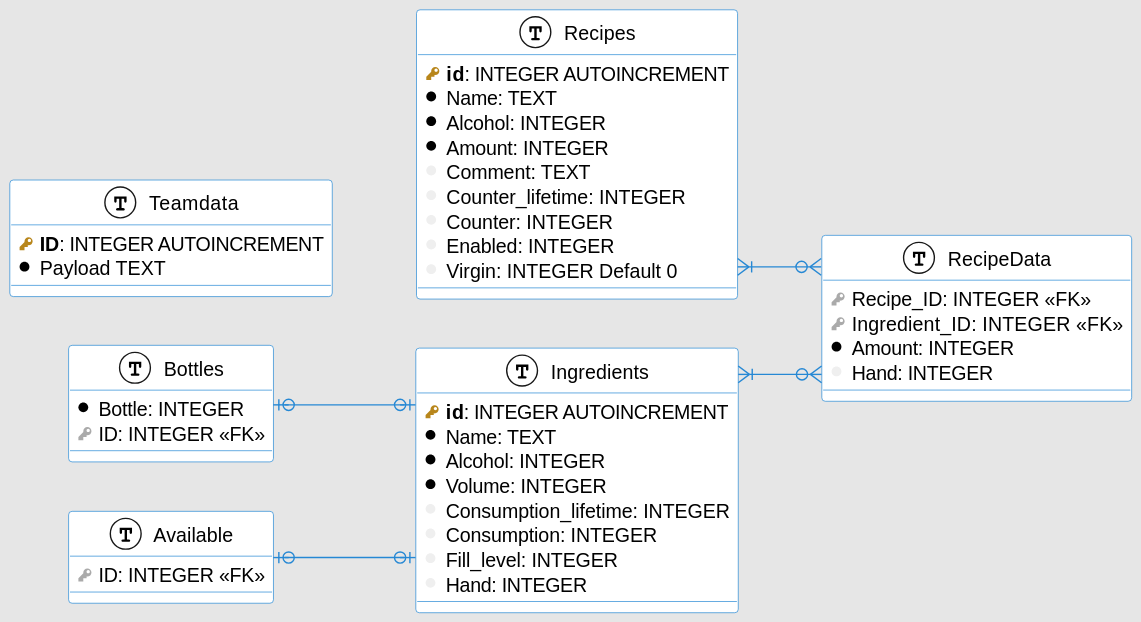
The PlantUML diagram docs/diagrams/out/DBSchema.svg in AndreWohnsland/CocktailBerry, before a commit.
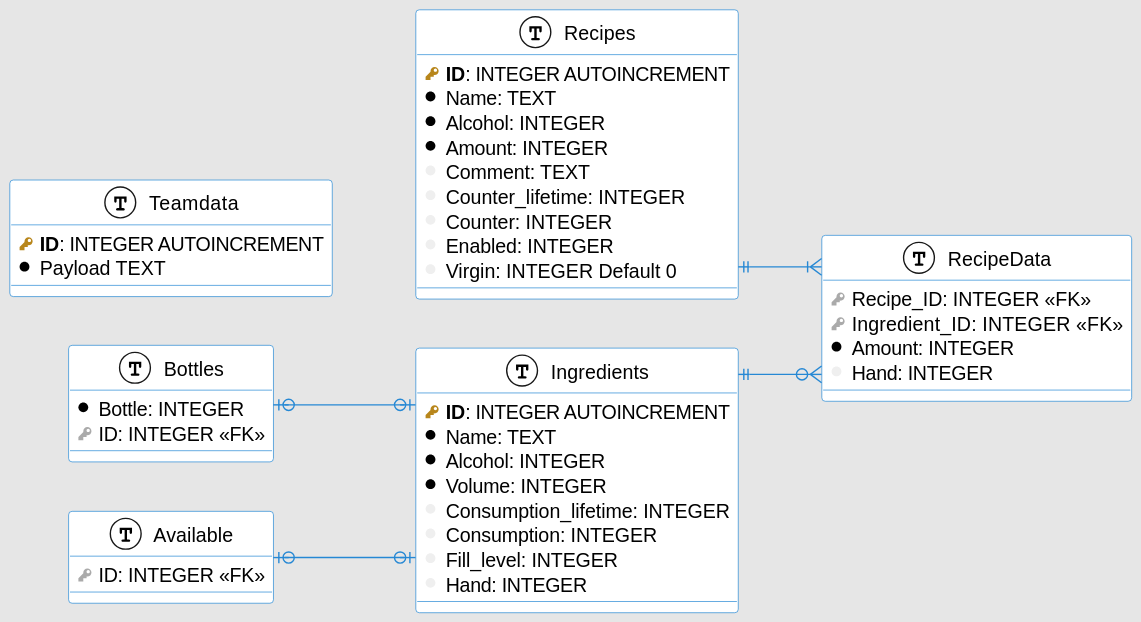
The same diagram one commit later.

Commit message:
Fixed case spelling

The edit, as a diff of the source:
```diff
@@ -20,7 +20,7 @@
 }
 
 table( Ingredients ) {
-  primary_key( id ): INTEGER AUTOINCREMENT
+  primary_key( ID ): INTEGER AUTOINCREMENT
   column_req( Name ): TEXT
   column_req( Alcohol ): INTEGER
   column_req( Volume ): INTEGER
@@ -31,7 +31,7 @@
 }
 
 table( Recipes ) {
-  primary_key( id ): INTEGER AUTOINCREMENT
+  primary_key( ID ): INTEGER AUTOINCREMENT
   column_req( Name ): TEXT
   column_req( Alcohol ): INTEGER
   column_req( Amount ): INTEGER
@@ -63,8 +63,8 @@
   column_req( Payload ) TEXT
 }
 
-Ingredients }|--o{ RecipeData
-Recipes }|--o{ RecipeData
+Ingredients ||--o{ RecipeData
+Recipes ||--|{ RecipeData
 Bottles |o--o| Ingredients
 Available |o--o| Ingredients
 
```
